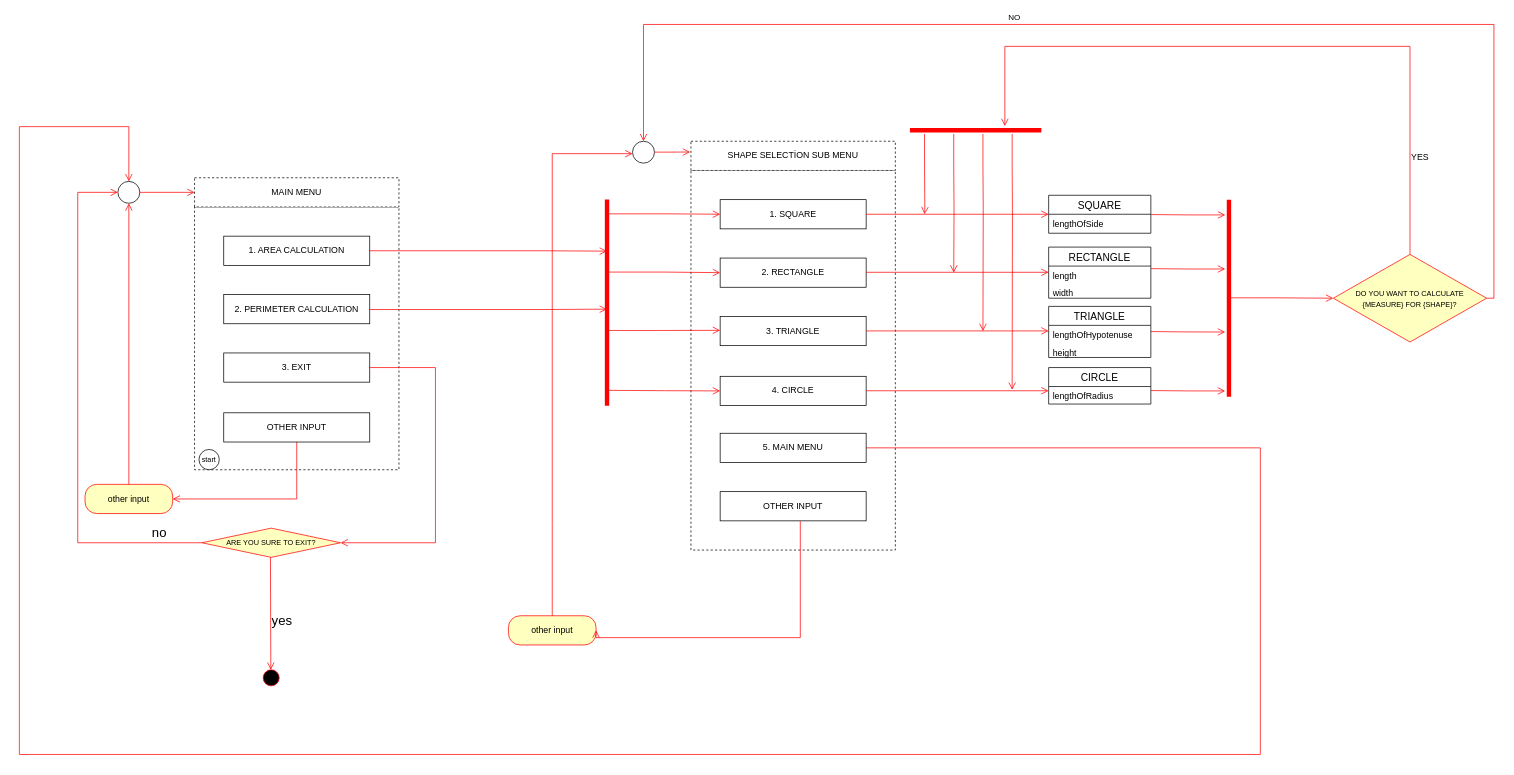
The draw.io diagram GeometricShapes.drawio in devAbbasAlasgarov/GeometricShapes, before the edit. Source tidied: cells renumbered, new cells numbered last; positions are measured from the earlier drawing's top-left corner, leaving out a move shared by most shapes. Both pictures are drawn from the tidied source at 73%, with x=0, y=0 at pixel (19, 24).
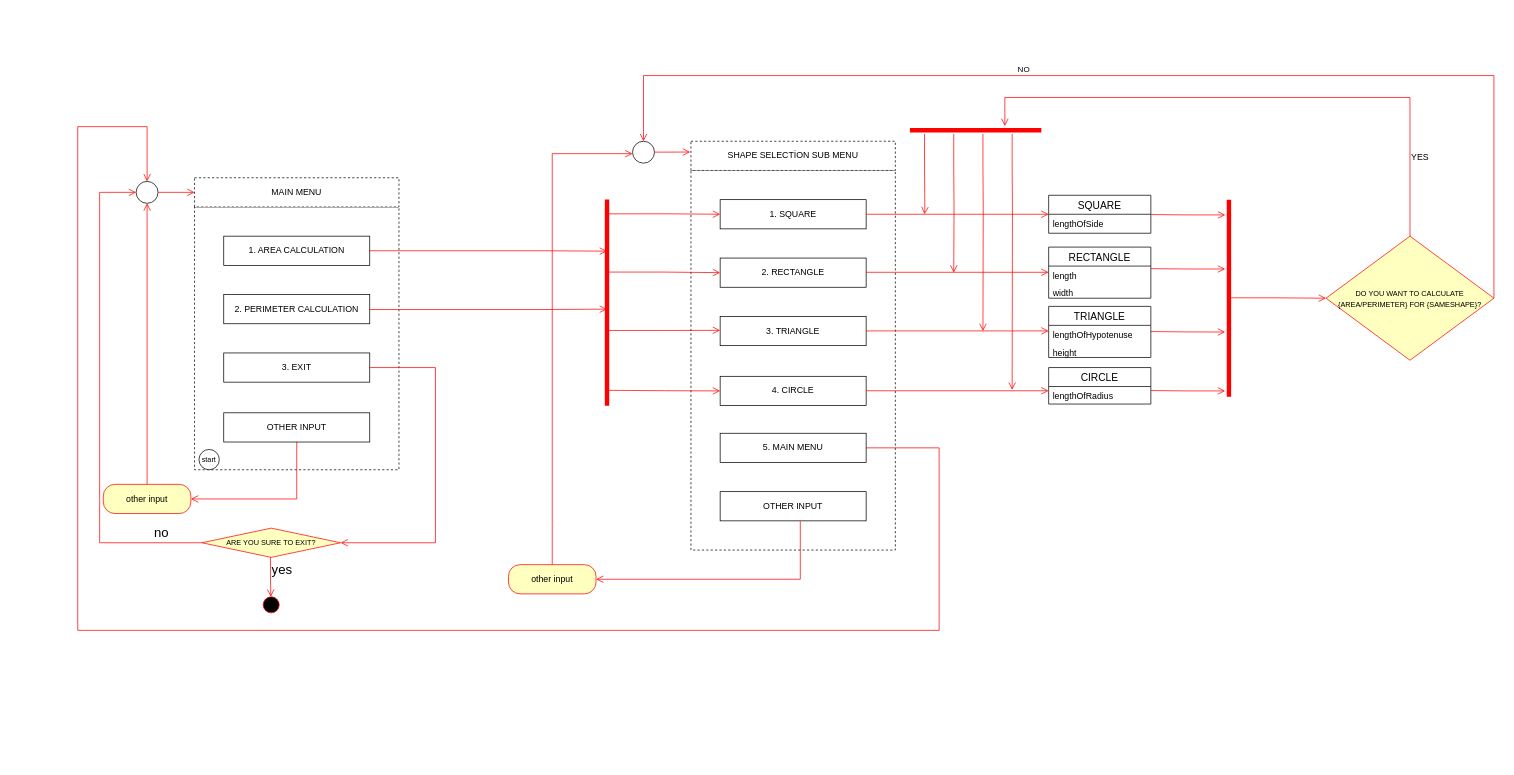
The same diagram, later.

Unchanged cells that the change refers to:
```xml
<mxCell id="13" value="&lt;font style=&quot;font-size: 10px;&quot;&gt;ARE YOU SURE TO EXIT?&lt;/font&gt;" style="rhombus;whiteSpace=wrap;html=1;fontColor=#000000;fillColor=#ffffc0;strokeColor=#ff0000;" parent="1" vertex="1">
  <mxGeometry x="250" y="690" width="190" height="40" as="geometry" />
</mxCell>
<mxCell id="19" style="group;" parent="1" vertex="1">
  <mxGeometry x="330" y="730" width="30" height="180" as="geometry" />
</mxCell>
<mxCell id="28" value="OTHER INPUT" style="html=1;whiteSpace=wrap;" parent="1" vertex="1">
  <mxGeometry x="960" y="640" width="200" height="40" as="geometry" />
</mxCell>
<mxCell id="33" value="5. MAIN MENU" style="html=1;whiteSpace=wrap;" parent="1" vertex="1">
  <mxGeometry x="960" y="560" width="200" height="40" as="geometry" />
</mxCell>
<mxCell id="62" style="shape=line;html=1;strokeWidth=6;strokeColor=#ff0000;rotation=-90;" parent="1" vertex="1">
  <mxGeometry x="1522" y="370" width="270" height="10" as="geometry" />
</mxCell>
<mxCell id="69" style="ellipse;" parent="1" vertex="1">
  <mxGeometry x="840" y="160" width="30" height="30" as="geometry" />
</mxCell>
```

Change to the diagram source:
```diff
@@
     <mxCell id="9" value="other input" style="rounded=1;whiteSpace=wrap;html=1;arcSize=40;fontColor=#000000;fillColor=#ffffc0;strokeColor=#ff0000;" parent="1" vertex="1">
-      <mxGeometry x="90" y="630" width="120" height="40" as="geometry" />
+      <mxGeometry x="115" y="630" width="120" height="40" as="geometry" />
     </mxCell>
@@
     <mxCell id="14" value="&lt;font style=&quot;font-size: 18px;&quot;&gt;no&lt;/font&gt;" style="edgeStyle=orthogonalEdgeStyle;html=1;align=left;verticalAlign=bottom;endArrow=open;endSize=8;strokeColor=#ff0000;rounded=0;exitX=0;exitY=0.5;exitDx=0;exitDy=0;entryX=0;entryY=0.5;entryDx=0;entryDy=0;" parent="1" edge="1" source="13" target="17">
       <mxGeometry x="-0.8" relative="1" as="geometry">
         <Array as="points">
-          <mxPoint x="80" y="710" />
-          <mxPoint x="80" y="230" />
+          <mxPoint x="110" y="710" />
+          <mxPoint x="110" y="230" />
         </Array>
       </mxGeometry>
     </mxCell>
@@
     <mxCell id="17" style="ellipse;" parent="1" vertex="1">
-      <mxGeometry x="135" y="215" width="30" height="30" as="geometry" />
+      <mxGeometry x="160" y="215" width="30" height="30" as="geometry" />
     </mxCell>
@@
     <mxCell id="20" value="&lt;font style=&quot;font-size: 18px;&quot;&gt;yes&lt;/font&gt;" style="edgeStyle=orthogonalEdgeStyle;html=1;align=left;verticalAlign=top;endArrow=open;endSize=8;strokeColor=#ff0000;rounded=0;entryX=0.483;entryY=0.136;entryDx=0;entryDy=0;entryPerimeter=0;" parent="19" edge="1" target="21">
-      <mxGeometry x="-0.09" relative="1" as="geometry">
+      <mxGeometry x="-1" relative="1" as="geometry">
         <mxPoint x="14" as="sourcePoint" />
+        <Array as="points">
+          <mxPoint x="14" y="27" />
+          <mxPoint x="15" y="27" />
+        </Array>
       </mxGeometry>
     </mxCell>
     <mxCell id="21" style="ellipse;html=1;shape=startState;fillColor=#000000;strokeColor=#ff0000;" parent="19" vertex="1">
-      <mxGeometry y="150" width="30" height="30" as="geometry" />
+      <mxGeometry y="50" width="30" height="30" as="geometry" />
     </mxCell>
@@
     <mxCell id="29" value="other input" style="rounded=1;whiteSpace=wrap;html=1;arcSize=40;fontColor=#000000;fillColor=#ffffc0;strokeColor=#ff0000;" parent="1" vertex="1">
-      <mxGeometry x="670" y="810" width="120" height="40" as="geometry" />
+      <mxGeometry x="670" y="740" width="120" height="40" as="geometry" />
     </mxCell>
@@
     <mxCell id="31" style="edgeStyle=orthogonalEdgeStyle;html=1;verticalAlign=bottom;endArrow=open;endSize=8;strokeColor=#ff0000;rounded=0;entryX=1;entryY=0.5;entryDx=0;entryDy=0;exitX=0.549;exitY=1.008;exitDx=0;exitDy=0;exitPerimeter=0;" parent="1" edge="1" source="28" target="29">
       <mxGeometry relative="1" as="geometry">
         <Array as="points">
-          <mxPoint x="1070" y="840" />
+          <mxPoint x="1070" y="760" />
+          <mxPoint x="790" y="760" />
         </Array>
       </mxGeometry>
     </mxCell>
     <mxCell id="32" style="edgeStyle=orthogonalEdgeStyle;html=1;align=left;verticalAlign=top;endArrow=open;endSize=8;strokeColor=#ff0000;rounded=0;exitX=1;exitY=0.5;exitDx=0;exitDy=0;entryX=0.5;entryY=0;entryDx=0;entryDy=0;" parent="1" edge="1" source="33" target="17">
       <mxGeometry x="-0.09" y="40" relative="1" as="geometry">
         <Array as="points">
-          <mxPoint x="1700" y="580" />
-          <mxPoint x="1700" y="1000" />
-          <mxPoint y="1000" />
-          <mxPoint y="140" />
-          <mxPoint x="150" y="140" />
+          <mxPoint x="1260" y="580" />
+          <mxPoint x="1260" y="830" />
+          <mxPoint x="80" y="830" />
+          <mxPoint x="80" y="140" />
+          <mxPoint x="175" y="140" />
         </Array>
       </mxGeometry>
     </mxCell>
@@
-    <mxCell id="45" value="&lt;font style=&quot;font-size: 10px;&quot;&gt;DO YOU WANT TO CALCULATE &lt;br&gt;{MEASURE} FOR {SHAPE}?&lt;/font&gt;" style="rhombus;whiteSpace=wrap;html=1;fontColor=#000000;fillColor=#ffffc0;strokeColor=#ff0000;" parent="1" vertex="1">
-      <mxGeometry x="1800" y="315" width="210" height="120" as="geometry" />
+    <mxCell id="45" value="&lt;font style=&quot;font-size: 10px;&quot;&gt;DO YOU WANT TO CALCULATE &lt;br&gt;{AREA/PERIMETER} FOR {SAMESHAPE}?&lt;/font&gt;" style="rhombus;whiteSpace=wrap;html=1;fontColor=#000000;fillColor=#ffffc0;strokeColor=#ff0000;" parent="1" vertex="1">
+      <mxGeometry x="1790" y="290" width="230" height="170" as="geometry" />
     </mxCell>
     <mxCell id="46" value="NO" style="edgeStyle=orthogonalEdgeStyle;html=1;align=left;verticalAlign=bottom;endArrow=open;endSize=8;strokeColor=#ff0000;rounded=0;exitX=1;exitY=0.5;exitDx=0;exitDy=0;entryX=0.5;entryY=0;entryDx=0;entryDy=0;" parent="1" edge="1" source="45" target="69">
       <mxGeometry x="0.23" relative="1" as="geometry">
         <Array as="points">
-          <mxPoint x="2020" y="375" />
-          <mxPoint x="2020" />
-          <mxPoint x="855" />
+          <mxPoint x="2020" y="70" />
+          <mxPoint x="855" y="70" />
         </Array>
       </mxGeometry>
     </mxCell>
     <mxCell id="47" value="&lt;font style=&quot;font-size: 12px;&quot;&gt;YES&lt;/font&gt;" style="edgeStyle=orthogonalEdgeStyle;html=1;align=left;verticalAlign=top;endArrow=open;endSize=8;strokeColor=#ff0000;rounded=0;" parent="1" edge="1" source="45">
       <mxGeometry x="-0.69" relative="1" as="geometry">
         <mxPoint x="1350" y="139.2" as="targetPoint" />
         <Array as="points">
-          <mxPoint x="1905" y="30" />
-          <mxPoint x="1350" y="30" />
+          <mxPoint x="1905" y="100" />
+          <mxPoint x="1350" y="100" />
         </Array>
       </mxGeometry>
     </mxCell>
@@
-    <mxCell id="63" style="edgeStyle=orthogonalEdgeStyle;html=1;verticalAlign=bottom;endArrow=open;endSize=8;strokeColor=#ff0000;rounded=0;exitX=0.502;exitY=0.6;exitDx=0;exitDy=0;exitPerimeter=0;" parent="1" edge="1" source="62">
+    <mxCell id="63" style="edgeStyle=orthogonalEdgeStyle;html=1;verticalAlign=bottom;endArrow=open;endSize=8;strokeColor=#ff0000;rounded=0;exitX=0.502;exitY=0.6;exitDx=0;exitDy=0;exitPerimeter=0;entryX=0;entryY=0.5;entryDx=0;entryDy=0;" parent="1" edge="1" source="62" target="45">
       <mxGeometry relative="1" as="geometry">
-        <mxPoint x="1800" y="375" as="targetPoint" />
         <Array as="points">
-          <mxPoint x="1721" y="374" />
-          <mxPoint x="1780" y="375" />
+          <mxPoint x="1721" y="375" />
         </Array>
       </mxGeometry>
     </mxCell>
```
